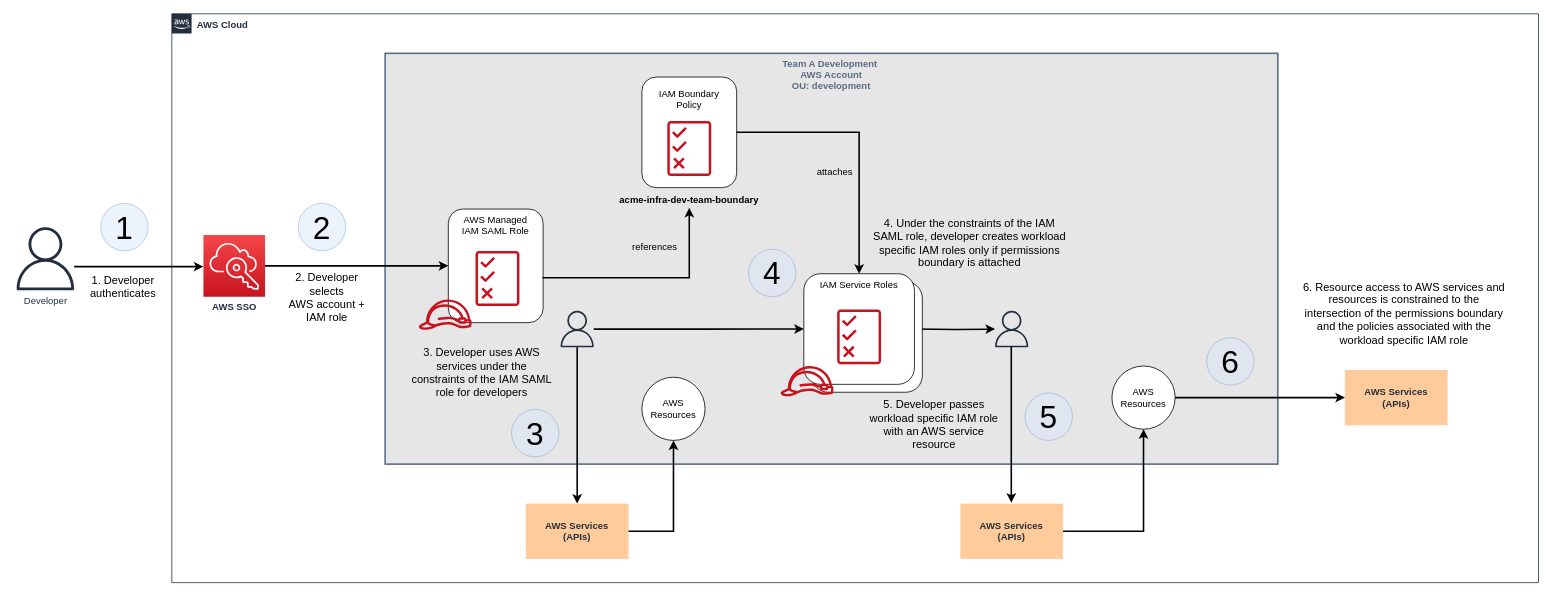
Above: page "dev-team-access-usage" (10 of 10) of images/initial-foundation.drawio in atimpone/aws-foundation-journey (draw.io), before the change. Source tidied: cells renumbered, new cells numbered last; positions are measured from the earlier drawing's top-left corner, leaving out a move shared by most shapes. Both pictures are drawn from the tidied source at 79%, with x=0, y=0 at pixel (13, 13).
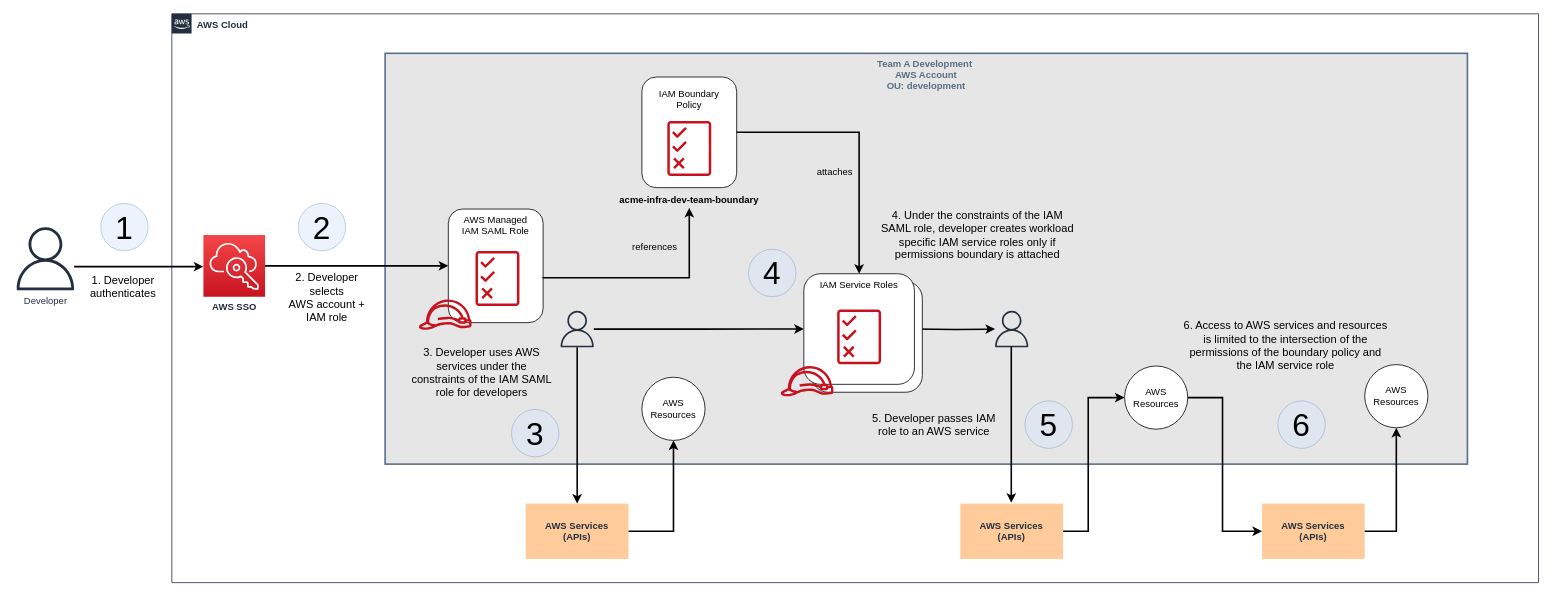
The same diagram, later.

Commit message (it also covers changes not shown here):
enhanced PB diagrams

Change to the diagram source:
```diff
@@
     <mxCell id="7" value="Team A Development &#10;AWS Account&#10;OU: development" style="fillColor=#e6e6e6;strokeColor=#5A6C86;verticalAlign=top;fontStyle=1;fontColor=#5A6C86;strokeWidth=2;" parent="1" vertex="1">
-      <mxGeometry x="470" y="50" width="1130" height="520" as="geometry" />
+      <mxGeometry x="470" y="50" width="1370" height="520" as="geometry" />
     </mxCell>
@@
-    <mxCell id="25" value="&lt;span style=&quot;font-weight: normal; font-size: 14px;&quot;&gt;4. Under the constraints of the IAM SAML role, developer creates workload specific IAM roles only if permissions boundary is attached&lt;/span&gt;" style="text;html=1;strokeColor=none;fillColor=none;align=center;verticalAlign=middle;whiteSpace=wrap;rounded=0;fontStyle=1;fontSize=14;" parent="1" vertex="1">
-      <mxGeometry x="1080" y="270" width="260" height="40" as="geometry" />
+    <mxCell id="25" value="&lt;span style=&quot;font-weight: normal ; font-size: 14px&quot;&gt;4. Under the constraints of the IAM SAML role, developer creates workload specific IAM service roles only if permissions boundary is attached&lt;/span&gt;" style="text;html=1;strokeColor=none;fillColor=none;align=center;verticalAlign=middle;whiteSpace=wrap;rounded=0;fontStyle=1;fontSize=14;" parent="1" vertex="1">
+      <mxGeometry x="1090" y="260" width="260" height="40" as="geometry" />
     </mxCell>
@@
-    <mxCell id="30" value="&lt;span style=&quot;font-weight: 400; font-size: 14px;&quot;&gt;5. Developer passes workload specific IAM role with an AWS service resource&lt;/span&gt;" style="text;html=1;strokeColor=none;fillColor=none;align=center;verticalAlign=middle;whiteSpace=wrap;rounded=0;fontStyle=1;fontSize=14;" parent="1" vertex="1">
+    <mxCell id="30" value="&lt;span style=&quot;font-weight: 400 ; font-size: 14px&quot;&gt;5. Developer passes IAM role to an AWS service&lt;/span&gt;" style="text;html=1;strokeColor=none;fillColor=none;align=center;verticalAlign=middle;whiteSpace=wrap;rounded=0;fontStyle=1;fontSize=14;" parent="1" vertex="1">
       <mxGeometry x="1080" y="510" width="170" height="20" as="geometry" />
     </mxCell>
     <mxCell id="31" value="&lt;font style=&quot;font-size: 40px&quot;&gt;5&lt;/font&gt;" style="ellipse;whiteSpace=wrap;html=1;strokeColor=#6c8ebf;fillColor=#dae8fc;fontSize=19;opacity=50;" parent="1" vertex="1">
-      <mxGeometry x="1280" y="480" width="60" height="60" as="geometry" />
+      <mxGeometry x="1280" y="490" width="60" height="60" as="geometry" />
     </mxCell>
     <mxCell id="32" value="AWS Resources" style="ellipse;whiteSpace=wrap;html=1;labelBackgroundColor=none;" parent="1" vertex="1">
-      <mxGeometry x="1390" y="445.8" width="80" height="80" as="geometry" />
+      <mxGeometry x="1406" y="445.8" width="80" height="80" as="geometry" />
     </mxCell>
-    <mxCell id="33" style="edgeStyle=orthogonalEdgeStyle;rounded=0;jettySize=auto;html=1;startArrow=none;startFill=0;strokeWidth=2;entryX=0.5;entryY=1;entryDx=0;entryDy=0;exitX=1;exitY=0.5;exitDx=0;exitDy=0;" parent="1" edge="1" target="32">
+    <mxCell id="33" style="edgeStyle=orthogonalEdgeStyle;rounded=0;jettySize=auto;html=1;startArrow=none;startFill=0;strokeWidth=2;entryX=0;entryY=0.5;entryDx=0;entryDy=0;exitX=1;exitY=0.5;exitDx=0;exitDy=0;" parent="1" edge="1" target="32">
       <mxGeometry relative="1" as="geometry">
         <mxPoint x="1328.1" y="655" as="sourcePoint" />
         <Array as="points">
-          <mxPoint x="1430" y="655" />
+          <mxPoint x="1360" y="655" />
+          <mxPoint x="1360" y="486" />
         </Array>
       </mxGeometry>
     </mxCell>
     <mxCell id="34" value="&lt;font style=&quot;font-size: 40px&quot;&gt;6&lt;/font&gt;" style="ellipse;whiteSpace=wrap;html=1;strokeColor=#6c8ebf;fillColor=#dae8fc;fontSize=19;opacity=50;" parent="1" vertex="1">
-      <mxGeometry x="1510" y="410" width="60" height="60" as="geometry" />
+      <mxGeometry x="1600" y="490" width="60" height="60" as="geometry" />
     </mxCell>
     <mxCell id="35" value="AWS Services&#10;(APIs)" style="fillColor=#ffb570;strokeColor=none;dashed=0;verticalAlign=middle;fontStyle=1;fontColor=#232F3D;whiteSpace=wrap;opacity=70;" parent="1" vertex="1">
-      <mxGeometry x="1685" y="450.8" width="130" height="70" as="geometry" />
+      <mxGeometry x="1580" y="620" width="130" height="70" as="geometry" />
     </mxCell>
     <mxCell id="36" style="edgeStyle=orthogonalEdgeStyle;rounded=0;jettySize=auto;html=1;startArrow=none;startFill=0;strokeWidth=2;entryX=0;entryY=0.5;entryDx=0;entryDy=0;exitX=1;exitY=0.5;exitDx=0;exitDy=0;" parent="1" edge="1" source="32" target="35">
       <mxGeometry relative="1" as="geometry">
         <Array as="points">
-          <mxPoint x="1520" y="486" />
-          <mxPoint x="1510" y="486" />
+          <mxPoint x="1530" y="486" />
+          <mxPoint x="1530" y="655" />
         </Array>
       </mxGeometry>
     </mxCell>
-    <mxCell id="37" value="&lt;span style=&quot;font-weight: 400; font-size: 14px;&quot;&gt;6. Resource access to AWS services and resources is constrained to the intersection of the permissions boundary and the policies associated with the workload specific IAM role&lt;/span&gt;" style="text;html=1;strokeColor=none;fillColor=none;align=center;verticalAlign=middle;whiteSpace=wrap;rounded=0;fontStyle=1;fontSize=14;" parent="1" vertex="1">
-      <mxGeometry x="1630" y="339" width="260" height="80" as="geometry" />
+    <mxCell id="37" value="&lt;span style=&quot;font-weight: 400 ; font-size: 14px&quot;&gt;6. Access to AWS services and resources is limited to the intersection of the permissions of the boundary policy and the IAM service role&lt;/span&gt;" style="text;html=1;strokeColor=none;fillColor=none;align=center;verticalAlign=middle;whiteSpace=wrap;rounded=0;fontStyle=1;fontSize=14;" parent="1" vertex="1">
+      <mxGeometry x="1480" y="380" width="260" height="80" as="geometry" />
     </mxCell>
@@
+    <mxCell id="48" value="AWS Resources" style="ellipse;whiteSpace=wrap;html=1;labelBackgroundColor=none;" parent="1" vertex="1">
+      <mxGeometry x="1710" y="444" width="80" height="80" as="geometry" />
+    </mxCell>
+    <mxCell id="49" style="edgeStyle=orthogonalEdgeStyle;rounded=0;jettySize=auto;html=1;startArrow=none;startFill=0;strokeWidth=2;entryX=0.5;entryY=1;entryDx=0;entryDy=0;exitX=1;exitY=0.5;exitDx=0;exitDy=0;" parent="1" edge="1" source="35" target="48">
+      <mxGeometry relative="1" as="geometry">
+        <Array as="points">
+          <mxPoint x="1750" y="655" />
+        </Array>
+      </mxGeometry>
+    </mxCell>
```
